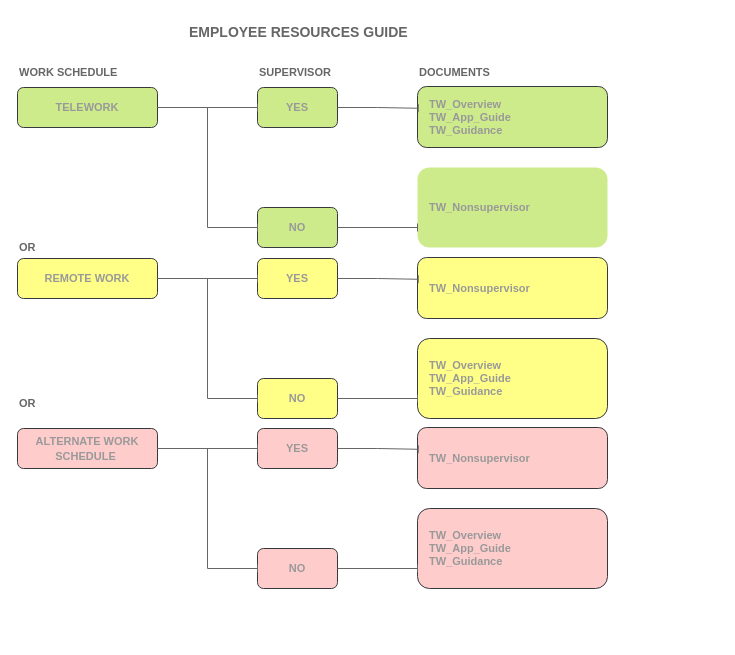
JewelVSmith/draw-io-collab keeps this draw.io diagram as page "Page-2" (2 of 3) of document-map-uscis.drawio. Above is the earlier version. Source tidied: cells renumbered, new cells numbered last; positions are measured from the earlier drawing's top-left corner, leaving out a move shared by most shapes. Both pictures are drawn from the tidied source at 100%, with x=0, y=0 at pixel (17, 17).
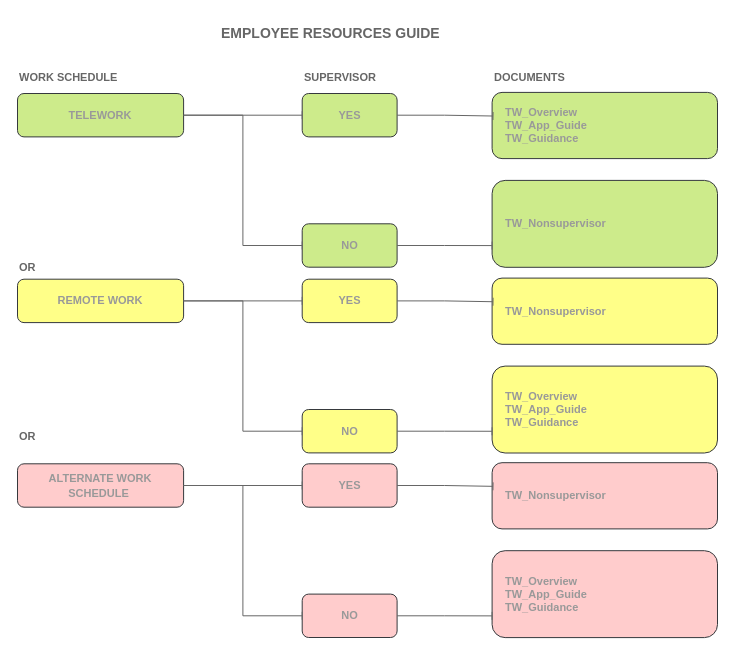
The same diagram, later.

The edit, as a diff of the source:
```diff
@@
     <mxCell id="2" style="group;" parent="1" vertex="1">
-      <mxGeometry width="590" height="571" as="geometry" />
+      <mxGeometry width="700" height="620" as="geometry" />
     </mxCell>
     <mxCell id="3" value="&lt;b&gt;&lt;font style=&quot;font-size: 11px;&quot; color=&quot;#666666&quot;&gt;WORK SCHEDULE&lt;/font&gt;&lt;/b&gt;" style="text;html=1;strokeColor=none;fillColor=none;align=left;verticalAlign=middle;whiteSpace=wrap;rounded=0;" parent="2" vertex="1">
-      <mxGeometry y="40" width="120" height="30" as="geometry" />
+      <mxGeometry y="43.4" width="142.4" height="32.6" as="geometry" />
     </mxCell>
     <mxCell id="4" value="&lt;b&gt;&lt;font style=&quot;font-size: 11px;&quot; color=&quot;#666666&quot;&gt;SUPERVISOR&lt;/font&gt;&lt;/b&gt;" style="text;html=1;strokeColor=none;fillColor=none;align=left;verticalAlign=middle;whiteSpace=wrap;rounded=0;" parent="2" vertex="1">
-      <mxGeometry x="240" y="40" width="120" height="30" as="geometry" />
+      <mxGeometry x="284.7" y="43.4" width="142.4" height="32.6" as="geometry" />
     </mxCell>
     <mxCell id="5" value="&lt;font size=&quot;1&quot; color=&quot;#666666&quot;&gt;&lt;b style=&quot;font-size: 14px;&quot;&gt;EMPLOYEE RESOURCES GUIDE&lt;/b&gt;&lt;/font&gt;" style="text;html=1;strokeColor=none;fillColor=none;align=left;verticalAlign=middle;whiteSpace=wrap;rounded=0;" parent="2" vertex="1">
-      <mxGeometry x="170" width="300" height="30" as="geometry" />
+      <mxGeometry x="201.7" width="355.9" height="32.6" as="geometry" />
     </mxCell>
     <mxCell id="6" value="&lt;b&gt;&lt;font style=&quot;font-size: 11px;&quot; color=&quot;#666666&quot;&gt;DOCUMENTS&lt;/font&gt;&lt;/b&gt;" style="text;html=1;strokeColor=none;fillColor=none;align=left;verticalAlign=middle;whiteSpace=wrap;rounded=0;" parent="2" vertex="1">
-      <mxGeometry x="400" y="40" width="120" height="30" as="geometry" />
+      <mxGeometry x="474.6" y="43.4" width="142.4" height="32.6" as="geometry" />
     </mxCell>
     <mxCell id="7" style="group;" parent="2" vertex="1">
-      <mxGeometry y="69" width="590" height="176" as="geometry" />
+      <mxGeometry y="74.9" width="700" height="191.1" as="geometry" />
     </mxCell>
     <mxCell id="8" value="&lt;b style=&quot;&quot;&gt;&lt;font style=&quot;font-size: 11px;&quot; color=&quot;#999999&quot;&gt;TELEWORK&lt;/font&gt;&lt;/b&gt;" style="rounded=1;whiteSpace=wrap;html=1;fontSize=12;glass=0;strokeWidth=1;shadow=0;fillColor=#cdeb8b;strokeColor=#36393d;" parent="7" vertex="1">
-      <mxGeometry y="1" width="140" height="40" as="geometry" />
+      <mxGeometry y="1.1" width="166.1" height="43.4" as="geometry" />
     </mxCell>
     <mxCell id="9" value="&lt;b style=&quot;&quot;&gt;&lt;font style=&quot;font-size: 11px;&quot; color=&quot;#999999&quot;&gt;YES&lt;/font&gt;&lt;/b&gt;" style="rounded=1;whiteSpace=wrap;html=1;fontSize=12;glass=0;strokeWidth=1;shadow=0;fillColor=#cdeb8b;strokeColor=#36393d;" parent="7" vertex="1">
-      <mxGeometry x="240" y="1" width="80" height="40" as="geometry" />
+      <mxGeometry x="284.7" y="1.1" width="94.9" height="43.4" as="geometry" />
     </mxCell>
@@
     <mxCell id="11" value="&lt;b style=&quot;&quot;&gt;&lt;font style=&quot;font-size: 11px;&quot; color=&quot;#999999&quot;&gt;NO&lt;/font&gt;&lt;/b&gt;" style="rounded=1;whiteSpace=wrap;html=1;fontSize=12;glass=0;strokeWidth=1;shadow=0;fillColor=#cdeb8b;strokeColor=#36393d;" parent="7" vertex="1">
-      <mxGeometry x="240" y="121" width="80" height="40" as="geometry" />
+      <mxGeometry x="284.7" y="131.4" width="94.9" height="43.4" as="geometry" />
     </mxCell>
@@
     <mxCell id="13" style="rounded=1;whiteSpace=wrap;html=1;fontSize=12;glass=0;strokeWidth=1;shadow=0;fillColor=#cdeb8b;strokeColor=#36393d;align=left;" parent="7" vertex="1">
-      <mxGeometry x="400" width="190" height="61" as="geometry" />
+      <mxGeometry x="474.6" width="225.4" height="66.2" as="geometry" />
     </mxCell>
@@
-    <mxCell id="15" style="rounded=1;whiteSpace=wrap;html=1;fontSize=12;glass=0;strokeWidth=1;shadow=0;fillColor=#cdeb8b;strokeColor=none;align=left;" parent="7" vertex="1">
-      <mxGeometry x="400" y="81" width="190" height="80" as="geometry" />
+    <mxCell id="15" style="rounded=1;whiteSpace=wrap;html=1;fontSize=12;glass=0;strokeWidth=1;shadow=0;fillColor=#cdeb8b;strokeColor=#36393d;align=left;" parent="7" vertex="1">
+      <mxGeometry x="474.6" y="88" width="225.4" height="86.9" as="geometry" />
     </mxCell>
@@
     <mxCell id="17" value="&lt;span style=&quot;font-size: 11px;&quot;&gt;&lt;font style=&quot;font-size: 11px;&quot;&gt;&lt;font color=&quot;#999999&quot;&gt;TW_Overview&lt;br style=&quot;font-size: 11px;&quot;&gt;TW_App_Guide&lt;br style=&quot;font-size: 11px;&quot;&gt;TW_Guidance&lt;/font&gt;&lt;br style=&quot;font-size: 11px;&quot;&gt;&lt;/font&gt;&lt;/span&gt;" style="text;html=1;strokeColor=none;fillColor=none;align=left;verticalAlign=middle;whiteSpace=wrap;rounded=0;fontSize=11;fontStyle=1;fontFamily=Helvetica;" parent="7" vertex="1">
-      <mxGeometry x="410" y="15.5" width="120" height="30" as="geometry" />
+      <mxGeometry x="486.4" y="16.8" width="142.4" height="32.6" as="geometry" />
     </mxCell>
     <mxCell id="18" value="&lt;b&gt;&lt;font style=&quot;font-size: 11px;&quot; color=&quot;#666666&quot;&gt;OR&lt;/font&gt;&lt;/b&gt;" style="text;html=1;strokeColor=none;fillColor=none;align=left;verticalAlign=middle;whiteSpace=wrap;rounded=0;" parent="7" vertex="1">
-      <mxGeometry y="146" width="120" height="30" as="geometry" />
+      <mxGeometry y="158.5" width="142.4" height="32.6" as="geometry" />
     </mxCell>
     <mxCell id="19" value="&lt;span style=&quot;font-size: 11px;&quot;&gt;&lt;font style=&quot;font-size: 11px;&quot;&gt;&lt;font color=&quot;#999999&quot;&gt;TW_Nonsupervisor&lt;/font&gt;&lt;br style=&quot;font-size: 11px;&quot;&gt;&lt;/font&gt;&lt;/span&gt;" style="text;html=1;strokeColor=none;fillColor=none;align=left;verticalAlign=middle;whiteSpace=wrap;rounded=0;fontSize=11;fontStyle=1;fontFamily=Helvetica;" parent="7" vertex="1">
-      <mxGeometry x="410" y="106" width="120" height="30" as="geometry" />
+      <mxGeometry x="486.4" y="115.1" width="142.4" height="32.6" as="geometry" />
     </mxCell>
     <mxCell id="20" style="group;" parent="2" vertex="1">
-      <mxGeometry y="240" width="590" height="161" as="geometry" />
+      <mxGeometry y="260.6" width="700" height="174.8" as="geometry" />
     </mxCell>
     <mxCell id="21" value="&lt;b style=&quot;&quot;&gt;&lt;font style=&quot;font-size: 11px;&quot; color=&quot;#999999&quot;&gt;REMOTE WORK&lt;/font&gt;&lt;/b&gt;" style="rounded=1;whiteSpace=wrap;html=1;fontSize=12;glass=0;strokeWidth=1;shadow=0;fillColor=#ffff88;strokeColor=#36393d;" parent="20" vertex="1">
-      <mxGeometry y="1" width="140" height="40" as="geometry" />
+      <mxGeometry y="1.1" width="166.1" height="43.4" as="geometry" />
     </mxCell>
     <mxCell id="22" value="&lt;b style=&quot;&quot;&gt;&lt;font style=&quot;font-size: 11px;&quot; color=&quot;#999999&quot;&gt;YES&lt;/font&gt;&lt;/b&gt;" style="rounded=1;whiteSpace=wrap;html=1;fontSize=12;glass=0;strokeWidth=1;shadow=0;fillColor=#ffff88;strokeColor=#36393d;" parent="20" vertex="1">
-      <mxGeometry x="240" y="1" width="80" height="40" as="geometry" />
+      <mxGeometry x="284.7" y="1.1" width="94.9" height="43.4" as="geometry" />
     </mxCell>
@@
     <mxCell id="24" value="&lt;b style=&quot;&quot;&gt;&lt;font style=&quot;font-size: 11px;&quot; color=&quot;#999999&quot;&gt;NO&lt;/font&gt;&lt;/b&gt;" style="rounded=1;whiteSpace=wrap;html=1;fontSize=12;glass=0;strokeWidth=1;shadow=0;fillColor=#ffff88;strokeColor=#36393d;" parent="20" vertex="1">
-      <mxGeometry x="240" y="121" width="80" height="40" as="geometry" />
+      <mxGeometry x="284.7" y="131.4" width="94.9" height="43.4" as="geometry" />
     </mxCell>
@@
     <mxCell id="26" style="rounded=1;whiteSpace=wrap;html=1;fontSize=12;glass=0;strokeWidth=1;shadow=0;fillColor=#ffff88;strokeColor=#36393d;align=left;" parent="20" vertex="1">
-      <mxGeometry x="400" width="190" height="61" as="geometry" />
+      <mxGeometry x="474.6" width="225.4" height="66.2" as="geometry" />
     </mxCell>
@@
     <mxCell id="28" style="rounded=1;whiteSpace=wrap;html=1;fontSize=12;glass=0;strokeWidth=1;shadow=0;fillColor=#ffff88;strokeColor=#36393d;align=left;" parent="20" vertex="1">
-      <mxGeometry x="400" y="81" width="190" height="80" as="geometry" />
+      <mxGeometry x="474.6" y="88" width="225.4" height="86.9" as="geometry" />
     </mxCell>
@@
     <mxCell id="30" value="&lt;span style=&quot;font-size: 11px;&quot;&gt;&lt;font style=&quot;font-size: 11px;&quot;&gt;&lt;font color=&quot;#999999&quot;&gt;TW_Overview&lt;br style=&quot;font-size: 11px;&quot;&gt;TW_App_Guide&lt;br style=&quot;font-size: 11px;&quot;&gt;TW_Guidance&lt;/font&gt;&lt;br style=&quot;font-size: 11px;&quot;&gt;&lt;/font&gt;&lt;/span&gt;" style="text;html=1;strokeColor=none;fillColor=none;align=left;verticalAlign=middle;whiteSpace=wrap;rounded=0;fontSize=11;fontStyle=1;fontFamily=Helvetica;" parent="20" vertex="1">
-      <mxGeometry x="410" y="106" width="120" height="30" as="geometry" />
+      <mxGeometry x="486.4" y="115.1" width="142.4" height="32.6" as="geometry" />
     </mxCell>
     <mxCell id="31" value="&lt;span style=&quot;font-size: 11px;&quot;&gt;&lt;font style=&quot;font-size: 11px;&quot;&gt;&lt;font color=&quot;#999999&quot;&gt;TW_Nonsupervisor&lt;/font&gt;&lt;br style=&quot;font-size: 11px;&quot;&gt;&lt;/font&gt;&lt;/span&gt;" style="text;html=1;strokeColor=none;fillColor=none;align=left;verticalAlign=middle;whiteSpace=wrap;rounded=0;fontSize=11;fontStyle=1;fontFamily=Helvetica;" parent="20" vertex="1">
-      <mxGeometry x="410" y="15.5" width="120" height="30" as="geometry" />
+      <mxGeometry x="486.4" y="16.8" width="142.4" height="32.6" as="geometry" />
     </mxCell>
     <mxCell id="32" value="&lt;b&gt;&lt;font style=&quot;font-size: 11px;&quot; color=&quot;#666666&quot;&gt;OR&lt;/font&gt;&lt;/b&gt;" style="text;html=1;strokeColor=none;fillColor=none;align=left;verticalAlign=middle;whiteSpace=wrap;rounded=0;" parent="20" vertex="1">
-      <mxGeometry y="131" width="120" height="30" as="geometry" />
+      <mxGeometry y="142.2" width="142.4" height="32.6" as="geometry" />
     </mxCell>
     <mxCell id="33" style="group;" parent="2" vertex="1">
-      <mxGeometry y="410" width="590" height="161" as="geometry" />
+      <mxGeometry y="445.2" width="700" height="174.8" as="geometry" />
     </mxCell>
     <mxCell id="34" value="&lt;b style=&quot;&quot;&gt;&lt;font style=&quot;font-size: 11px;&quot; color=&quot;#999999&quot;&gt;ALTERNATE WORK SCHEDULE&amp;nbsp;&lt;/font&gt;&lt;/b&gt;" style="rounded=1;whiteSpace=wrap;html=1;fontSize=12;glass=0;strokeWidth=1;shadow=0;fillColor=#ffcccc;strokeColor=#36393d;" parent="33" vertex="1">
-      <mxGeometry y="1" width="140" height="40" as="geometry" />
+      <mxGeometry y="1.1" width="166.1" height="43.4" as="geometry" />
     </mxCell>
     <mxCell id="35" value="&lt;b style=&quot;&quot;&gt;&lt;font style=&quot;font-size: 11px;&quot; color=&quot;#999999&quot;&gt;YES&lt;/font&gt;&lt;/b&gt;" style="rounded=1;whiteSpace=wrap;html=1;fontSize=12;glass=0;strokeWidth=1;shadow=0;fillColor=#ffcccc;strokeColor=#36393d;" parent="33" vertex="1">
-      <mxGeometry x="240" y="1" width="80" height="40" as="geometry" />
+      <mxGeometry x="284.7" y="1.1" width="94.9" height="43.4" as="geometry" />
     </mxCell>
@@
     <mxCell id="37" value="&lt;b style=&quot;&quot;&gt;&lt;font style=&quot;font-size: 11px;&quot; color=&quot;#999999&quot;&gt;NO&lt;/font&gt;&lt;/b&gt;" style="rounded=1;whiteSpace=wrap;html=1;fontSize=12;glass=0;strokeWidth=1;shadow=0;fillColor=#ffcccc;strokeColor=#36393d;" parent="33" vertex="1">
-      <mxGeometry x="240" y="121" width="80" height="40" as="geometry" />
+      <mxGeometry x="284.7" y="131.4" width="94.9" height="43.4" as="geometry" />
     </mxCell>
@@
     <mxCell id="39" style="rounded=1;whiteSpace=wrap;html=1;fontSize=12;glass=0;strokeWidth=1;shadow=0;fillColor=#ffcccc;strokeColor=#36393d;align=left;" parent="33" vertex="1">
-      <mxGeometry x="400" width="190" height="61" as="geometry" />
+      <mxGeometry x="474.6" width="225.4" height="66.2" as="geometry" />
     </mxCell>
@@
     <mxCell id="41" style="rounded=1;whiteSpace=wrap;html=1;fontSize=12;glass=0;strokeWidth=1;shadow=0;fillColor=#ffcccc;strokeColor=#36393d;align=left;" parent="33" vertex="1">
-      <mxGeometry x="400" y="81" width="190" height="80" as="geometry" />
+      <mxGeometry x="474.6" y="88" width="225.4" height="86.9" as="geometry" />
     </mxCell>
@@
     <mxCell id="43" value="&lt;span style=&quot;font-size: 11px;&quot;&gt;&lt;font style=&quot;font-size: 11px;&quot;&gt;&lt;font color=&quot;#999999&quot;&gt;TW_Overview&lt;br style=&quot;font-size: 11px;&quot;&gt;TW_App_Guide&lt;br style=&quot;font-size: 11px;&quot;&gt;TW_Guidance&lt;/font&gt;&lt;br style=&quot;font-size: 11px;&quot;&gt;&lt;/font&gt;&lt;/span&gt;" style="text;html=1;strokeColor=none;fillColor=none;align=left;verticalAlign=middle;whiteSpace=wrap;rounded=0;fontSize=11;fontStyle=1;fontFamily=Helvetica;" parent="33" vertex="1">
-      <mxGeometry x="410" y="106" width="120" height="30" as="geometry" />
+      <mxGeometry x="486.4" y="115.1" width="142.4" height="32.6" as="geometry" />
     </mxCell>
     <mxCell id="44" value="&lt;span style=&quot;font-size: 11px;&quot;&gt;&lt;font style=&quot;font-size: 11px;&quot;&gt;&lt;font color=&quot;#999999&quot;&gt;TW_Nonsupervisor&lt;/font&gt;&lt;br style=&quot;font-size: 11px;&quot;&gt;&lt;/font&gt;&lt;/span&gt;" style="text;html=1;strokeColor=none;fillColor=none;align=left;verticalAlign=middle;whiteSpace=wrap;rounded=0;fontSize=11;fontStyle=1;fontFamily=Helvetica;" parent="33" vertex="1">
-      <mxGeometry x="410" y="15.5" width="120" height="30" as="geometry" />
+      <mxGeometry x="486.4" y="16.8" width="142.4" height="32.6" as="geometry" />
     </mxCell>
```
